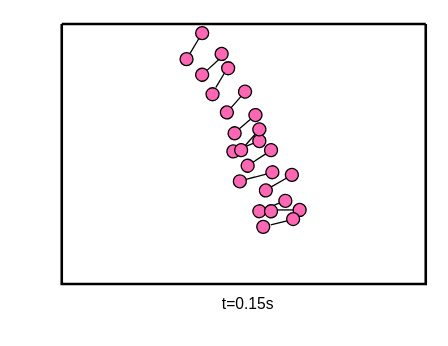
Earlier version of the draw.io diagram 哑铃分布t=0.2.drawio (mauhin/auto). Source tidied: cells renumbered, new cells numbered last; positions are measured from the earlier drawing's top-left corner, leaving out a move shared by most shapes. Both pictures are drawn from the tidied source at 130%, with x=0, y=0 at pixel (61, 23).
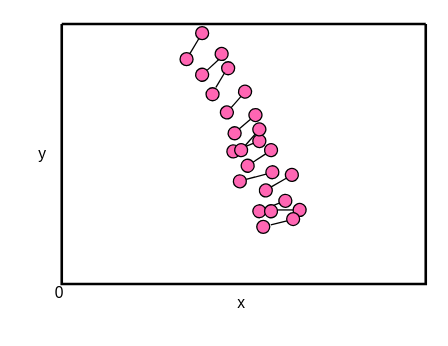
The same page after the edit.

Commit message:
更新哑铃分布t=0.2.drawio

The edit, as a diff of the source:
```diff
@@
-    <mxCell id="55" value="t=0.15s" style="text;html=1;align=center;verticalAlign=middle;strokeColor=none;fillColor=none;" parent="1" vertex="1">
-      <mxGeometry x="113" y="201" width="60" height="30" as="geometry" />
-    </mxCell>
+    <mxCell id="56" value="x" style="text;html=1;align=center;verticalAlign=middle;strokeColor=none;fillColor=none;" parent="1" vertex="1">
+      <mxGeometry x="123" y="200" width="30" height="30" as="geometry" />
+    </mxCell>
+    <mxCell id="57" value="y" style="text;html=1;align=center;verticalAlign=middle;strokeColor=none;fillColor=none;" parent="1" vertex="1">
+      <mxGeometry x="-30" y="85" width="30" height="30" as="geometry" />
+    </mxCell>
+    <mxCell id="58" value="0" style="text;html=1;align=center;verticalAlign=middle;strokeColor=none;fillColor=none;" parent="1" vertex="1">
+      <mxGeometry x="-17" y="192" width="30" height="30" as="geometry" />
+    </mxCell>
```
